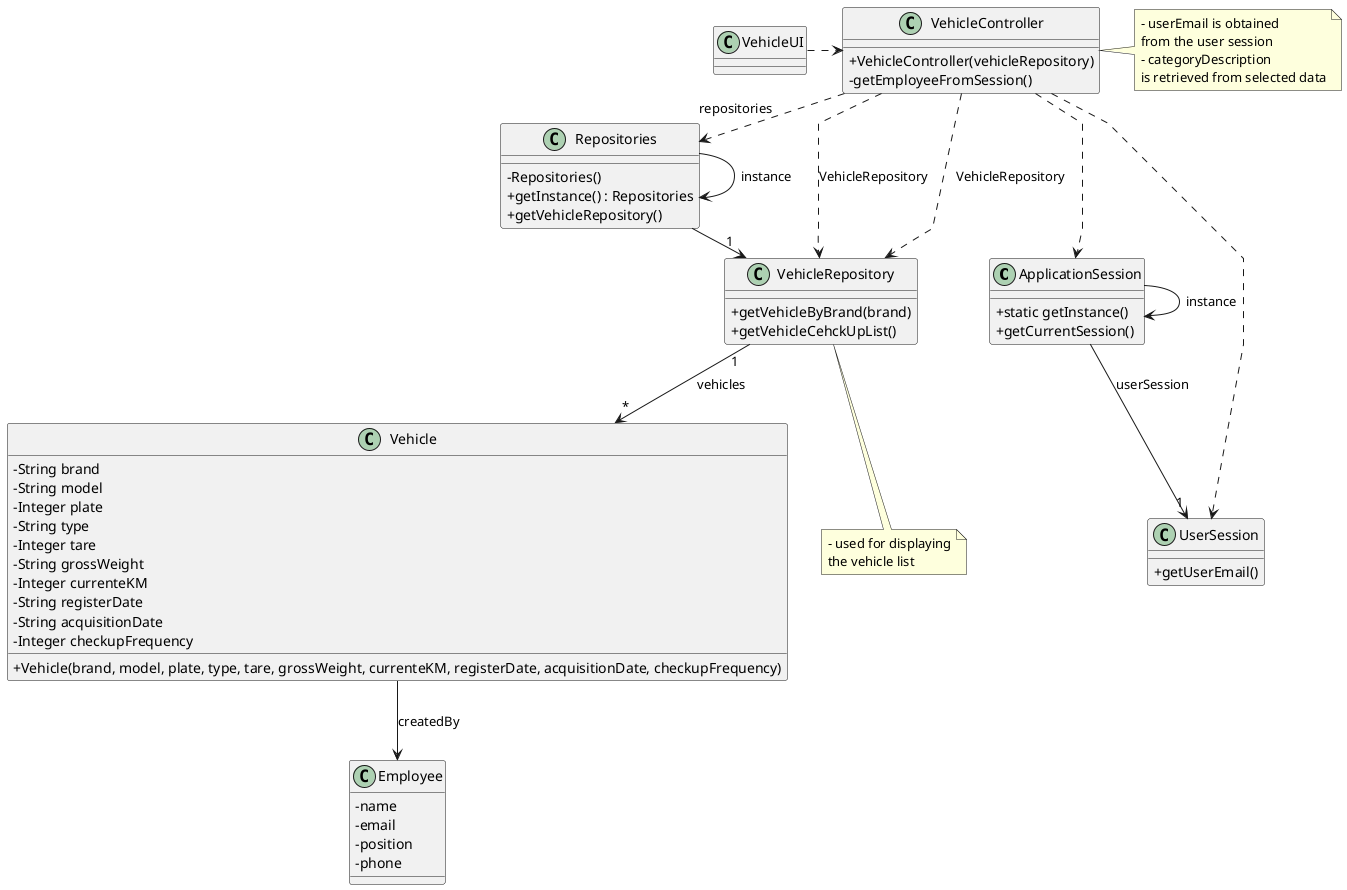
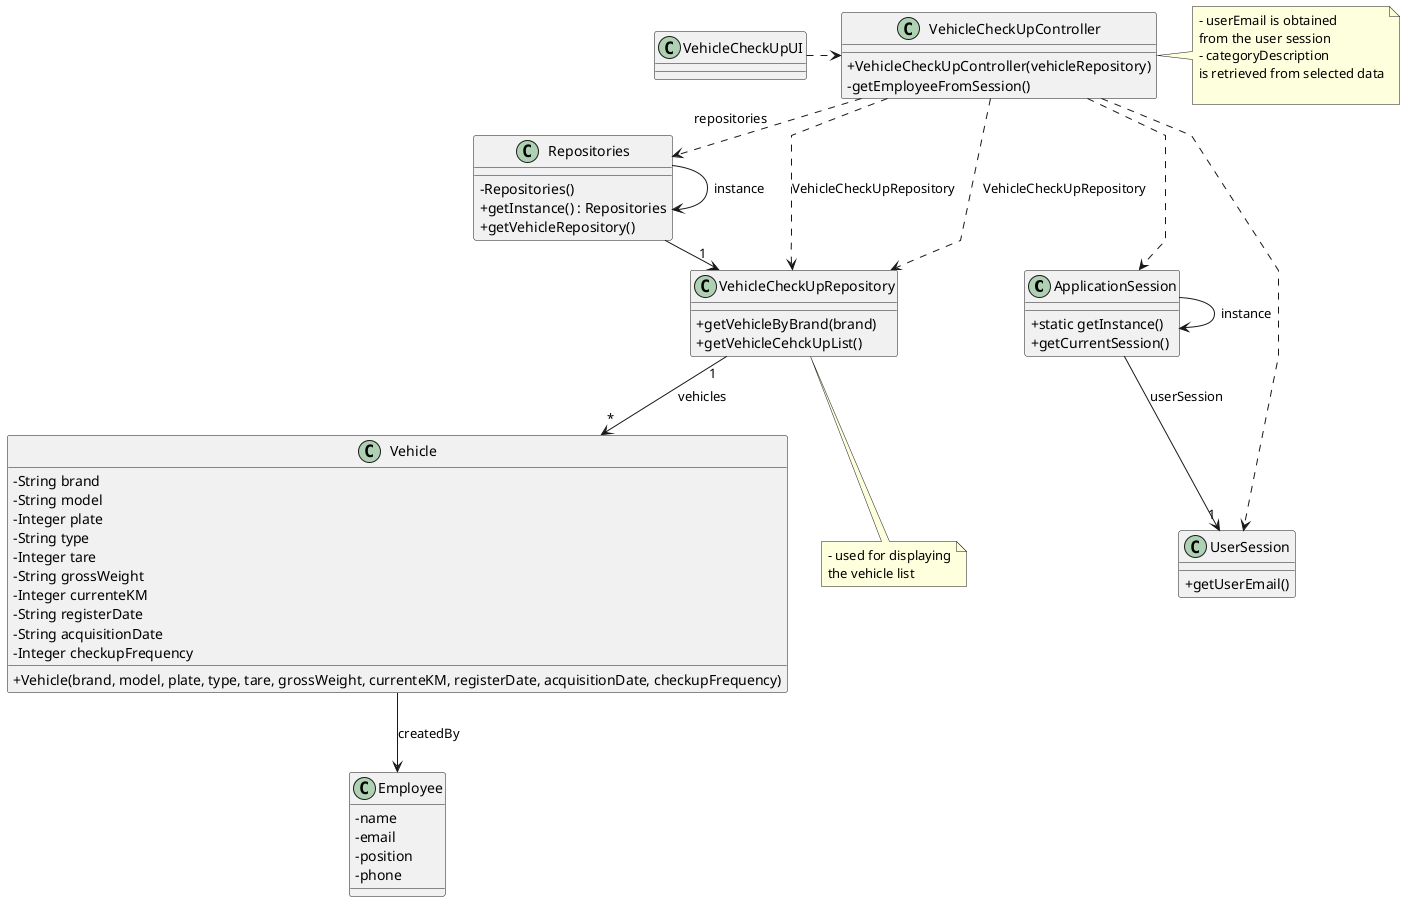
@startuml
'skinparam monochrome true
skinparam packageStyle rectangle
skinparam shadowing false
skinparam linetype polyline
'skinparam linetype orto

skinparam classAttributeIconSize 0

'left to right direction

class ApplicationSession
{
    + static getInstance()
    + getCurrentSession()
}

class UserSession
{
    + getUserEmail()
}

class Employee {
    - name
    - email
    - position
    - phone
}

class Vehicle {
    - String brand
    - String model
    - Integer plate
    - String type
    - Integer tare
    - String grossWeight
    - Integer currenteKM
    - String registerDate
    - String acquisitionDate
    - Integer checkupFrequency

    + Vehicle(brand, model, plate, type, tare, grossWeight, currenteKM, registerDate, acquisitionDate, checkupFrequency)
}



- class VehicleRepository {
+ class VehicleCheckUpRepository {
    + getVehicleByBrand(brand)
    + getVehicleCehckUpList()

}


class Repositories {
    - Repositories()
    + getInstance() : Repositories
    + getVehicleRepository()
}

- class VehicleController {
-     + VehicleController(vehicleRepository)
+ class VehicleCheckUpController {
+     + VehicleCheckUpController(vehicleRepository)
    - getEmployeeFromSession()
}

- note right of VehicleController
+ note right of VehicleCheckUpController
    - userEmail is obtained
    from the user session
    - categoryDescription
    is retrieved from selected data
+ 
end note

- note bottom of VehicleRepository
+ note bottom of VehicleCheckUpRepository
    - used for displaying
    the vehicle list
end note

- class VehicleUI {
+ class VehicleCheckUpUI {
}


- Repositories -> "1" VehicleRepository
+ Repositories -> "1" VehicleCheckUpRepository
Repositories -> Repositories : instance

ApplicationSession -> ApplicationSession : instance
ApplicationSession --> "1" UserSession : userSession

- VehicleUI .> VehicleController
+ VehicleCheckUpUI .> VehicleCheckUpController

- VehicleController .> Repositories : repositories
- VehicleController ..> ApplicationSession
- VehicleController ..> UserSession
- VehicleController ..> VehicleRepository : VehicleRepository
- VehicleController ..> VehicleRepository : VehicleRepository
+ VehicleCheckUpController .> Repositories : repositories
+ VehicleCheckUpController ..> ApplicationSession
+ VehicleCheckUpController ..> UserSession
+ VehicleCheckUpController ..> VehicleCheckUpRepository : VehicleCheckUpRepository
+ VehicleCheckUpController ..> VehicleCheckUpRepository : VehicleCheckUpRepository

Vehicle --> Employee : createdBy

- VehicleRepository "1" --> "*" Vehicle : vehicles
+ VehicleCheckUpRepository "1" --> "*" Vehicle : vehicles

@enduml